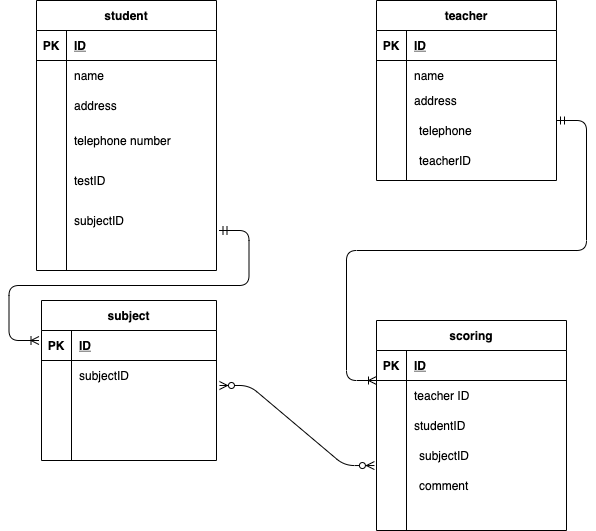
Before: index.drawio.png, a diagram exported from draw.io (ktomita0915/LP). Source tidied: cells renumbered, new cells last; positions are measured from the earlier drawing's top-left corner, leaving out a move shared by most shapes.
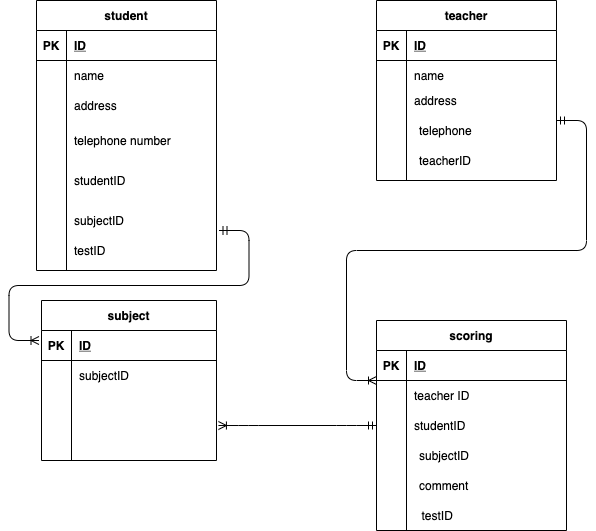
The same file after the commit.

What changed in the source:
```diff
@@ -131,7 +131,7 @@
     <mxCell id="44" value="subjectID" style="shape=partialRectangle;fillColor=none;top=0;left=0;bottom=0;right=0;align=left;spacingLeft=6;overflow=hidden;" parent="1" vertex="1">
       <mxGeometry x="30" y="200" width="150" height="40" as="geometry" />
     </mxCell>
-    <mxCell id="45" value="testID" style="shape=partialRectangle;fillColor=none;top=0;left=0;bottom=0;right=0;align=left;spacingLeft=6;overflow=hidden;" parent="1" vertex="1">
+    <mxCell id="45" value="studentID" style="shape=partialRectangle;fillColor=none;top=0;left=0;bottom=0;right=0;align=left;spacingLeft=6;overflow=hidden;" parent="1" vertex="1">
       <mxGeometry x="30" y="160" width="150" height="40" as="geometry" />
     </mxCell>
     <mxCell id="46" value="teacherID" style="shape=partialRectangle;fillColor=none;top=0;left=0;bottom=0;right=0;align=left;spacingLeft=6;overflow=hidden;" parent="1" vertex="1">
@@ -197,8 +197,14 @@
     <mxCell id="64" value="comment" style="shape=partialRectangle;fillColor=none;top=0;left=0;bottom=0;right=0;align=left;spacingLeft=6;overflow=hidden;" parent="1" vertex="1">
       <mxGeometry x="375" y="470" width="145" height="30" as="geometry" />
     </mxCell>
-    <mxCell id="65" style="edgeStyle=entityRelationEdgeStyle;fontSize=12;html=1;endArrow=ERzeroToMany;endFill=1;startArrow=ERzeroToMany;exitX=1.017;exitY=0.833;exitDx=0;exitDy=0;exitPerimeter=0;entryX=-0.011;entryY=0.313;entryDx=0;entryDy=0;entryPerimeter=0;" parent="1" edge="1" source="52" target="28">
-      <mxGeometry relative="1" as="geometry" />
-    </mxCell>
+    <mxCell id="66" value="testID" style="shape=partialRectangle;fillColor=none;top=0;left=0;bottom=0;right=0;align=left;spacingLeft=6;overflow=hidden;" parent="1" vertex="1">
+      <mxGeometry x="377.5" y="500" width="145" height="30" as="geometry" />
+    </mxCell>
+    <mxCell id="67" value="testID" style="shape=partialRectangle;fillColor=none;top=0;left=0;bottom=0;right=0;align=left;spacingLeft=6;overflow=hidden;" parent="1" vertex="1">
+      <mxGeometry x="30" y="230" width="150" height="40" as="geometry" />
+    </mxCell>
+    <mxCell id="68" style="edgeStyle=entityRelationEdgeStyle;fontSize=12;html=1;endArrow=ERoneToMany;startArrow=ERmandOne;exitX=0;exitY=0.5;exitDx=0;exitDy=0;entryX=1.011;entryY=1.167;entryDx=0;entryDy=0;entryPerimeter=0;" parent="1" edge="1" source="25" target="55">
+      <mxGeometry relative="1" as="geometry" />
+    </mxCell>
   </root>
 </mxGraphModel>
```
